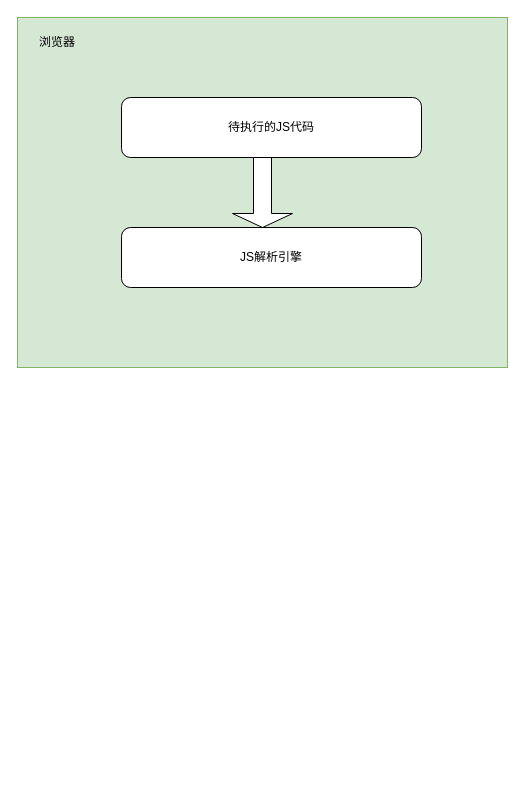
This is Untitled Diagram.drawio from GitHubJiKe/diagrams, a draw.io file, before an edit. Source tidied: cells renumbered, new cells numbered last; positions are measured from the earlier drawing's top-left corner, leaving out a move shared by most shapes. Both pictures are drawn from the tidied source at 100%, with x=0, y=0 at pixel (17, 17).
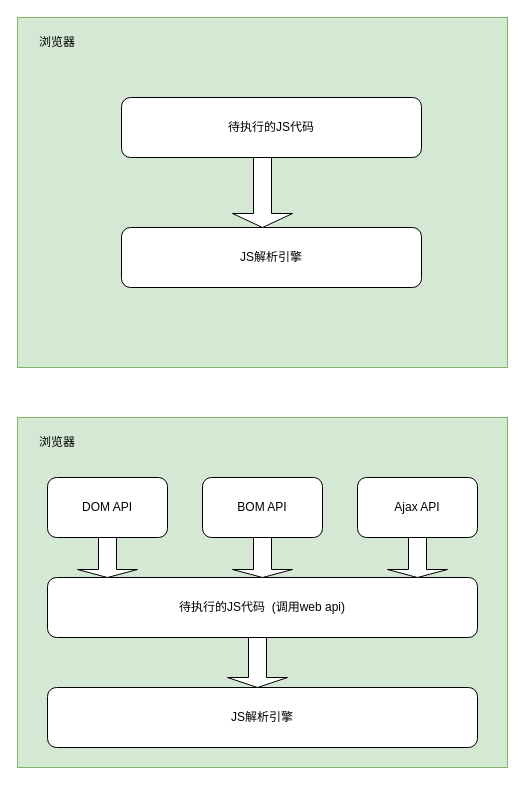
After the change.

Commit message:
web api

The edit, as a diff of the source:
```diff
@@
 <mxGraphModel>
   <root>
     <mxCell id="0" />
     <mxCell id="1" parent="0" />
     <mxCell id="2" style="rounded=0;whiteSpace=wrap;html=1;fillColor=#d5e8d4;strokeColor=#82b366;" parent="1" vertex="1">
       <mxGeometry width="490" height="350" as="geometry" />
     </mxCell>
     <mxCell id="3" value="待执行的JS代码" style="rounded=1;whiteSpace=wrap;html=1;" parent="1" vertex="1">
       <mxGeometry x="104" y="80" width="300" height="60" as="geometry" />
     </mxCell>
     <mxCell id="4" value="JS解析引擎" style="rounded=1;whiteSpace=wrap;html=1;" parent="1" vertex="1">
       <mxGeometry x="104" y="210" width="300" height="60" as="geometry" />
     </mxCell>
     <mxCell id="5" style="shape=singleArrow;direction=south;whiteSpace=wrap;html=1;" parent="1" vertex="1">
       <mxGeometry x="215" y="140" width="60" height="70" as="geometry" />
     </mxCell>
     <mxCell id="6" value="浏览器" style="text;html=1;strokeColor=none;fillColor=none;align=center;verticalAlign=middle;whiteSpace=wrap;rounded=0;" parent="1" vertex="1">
       <mxGeometry x="10" y="10" width="60" height="30" as="geometry" />
     </mxCell>
+    <mxCell id="7" style="rounded=0;whiteSpace=wrap;html=1;fillColor=#d5e8d4;strokeColor=#82b366;" parent="1" vertex="1">
+      <mxGeometry y="400" width="490" height="350" as="geometry" />
+    </mxCell>
+    <mxCell id="8" value="浏览器" style="text;html=1;strokeColor=none;fillColor=none;align=center;verticalAlign=middle;whiteSpace=wrap;rounded=0;" parent="1" vertex="1">
+      <mxGeometry x="10" y="410" width="60" height="30" as="geometry" />
+    </mxCell>
+    <mxCell id="9" value="DOM API" style="rounded=1;whiteSpace=wrap;html=1;" parent="1" vertex="1">
+      <mxGeometry x="30" y="460" width="120" height="60" as="geometry" />
+    </mxCell>
+    <mxCell id="10" value="BOM API" style="rounded=1;whiteSpace=wrap;html=1;" parent="1" vertex="1">
+      <mxGeometry x="185" y="460" width="120" height="60" as="geometry" />
+    </mxCell>
+    <mxCell id="11" value="Ajax API" style="rounded=1;whiteSpace=wrap;html=1;" parent="1" vertex="1">
+      <mxGeometry x="340" y="460" width="120" height="60" as="geometry" />
+    </mxCell>
+    <mxCell id="12" value="待执行的JS代码&amp;nbsp; (调用web api)" style="rounded=1;whiteSpace=wrap;html=1;" parent="1" vertex="1">
+      <mxGeometry x="30" y="560" width="430" height="60" as="geometry" />
+    </mxCell>
+    <mxCell id="13" value="JS解析引擎" style="rounded=1;whiteSpace=wrap;html=1;" parent="1" vertex="1">
+      <mxGeometry x="30" y="670" width="430" height="60" as="geometry" />
+    </mxCell>
+    <mxCell id="14" style="shape=singleArrow;direction=south;whiteSpace=wrap;html=1;" parent="1" vertex="1">
+      <mxGeometry x="60" y="520" width="60" height="40" as="geometry" />
+    </mxCell>
+    <mxCell id="15" style="shape=singleArrow;direction=south;whiteSpace=wrap;html=1;" parent="1" vertex="1">
+      <mxGeometry x="215" y="520" width="60" height="40" as="geometry" />
+    </mxCell>
+    <mxCell id="16" style="shape=singleArrow;direction=south;whiteSpace=wrap;html=1;" parent="1" vertex="1">
+      <mxGeometry x="370" y="520" width="60" height="40" as="geometry" />
+    </mxCell>
+    <mxCell id="17" style="shape=singleArrow;direction=south;whiteSpace=wrap;html=1;" parent="1" vertex="1">
+      <mxGeometry x="210" y="620" width="60" height="50" as="geometry" />
+    </mxCell>
   </root>
 </mxGraphModel>
```
